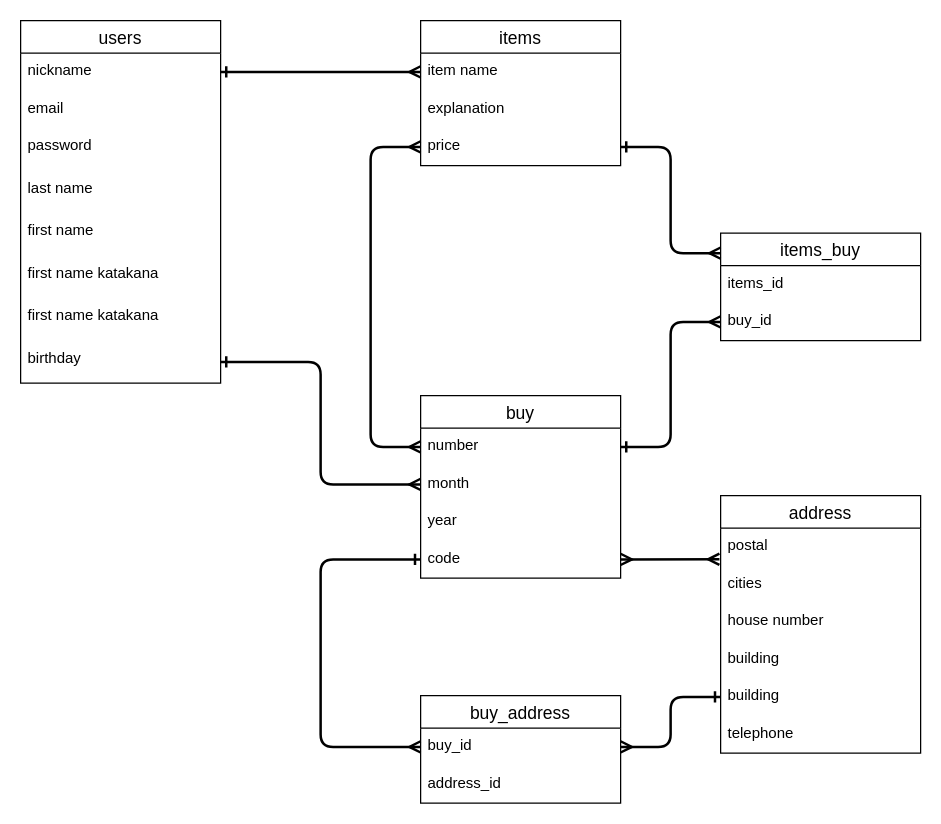
Earlier version of the draw.io diagram furima.dio (ohirune41/furima-37976). Source tidied: cells renumbered, new cells numbered last; positions are measured from the earlier drawing's top-left corner, leaving out a move shared by most shapes. Both pictures are drawn from the tidied source at 125%, with x=0, y=0 at pixel (20, 20).
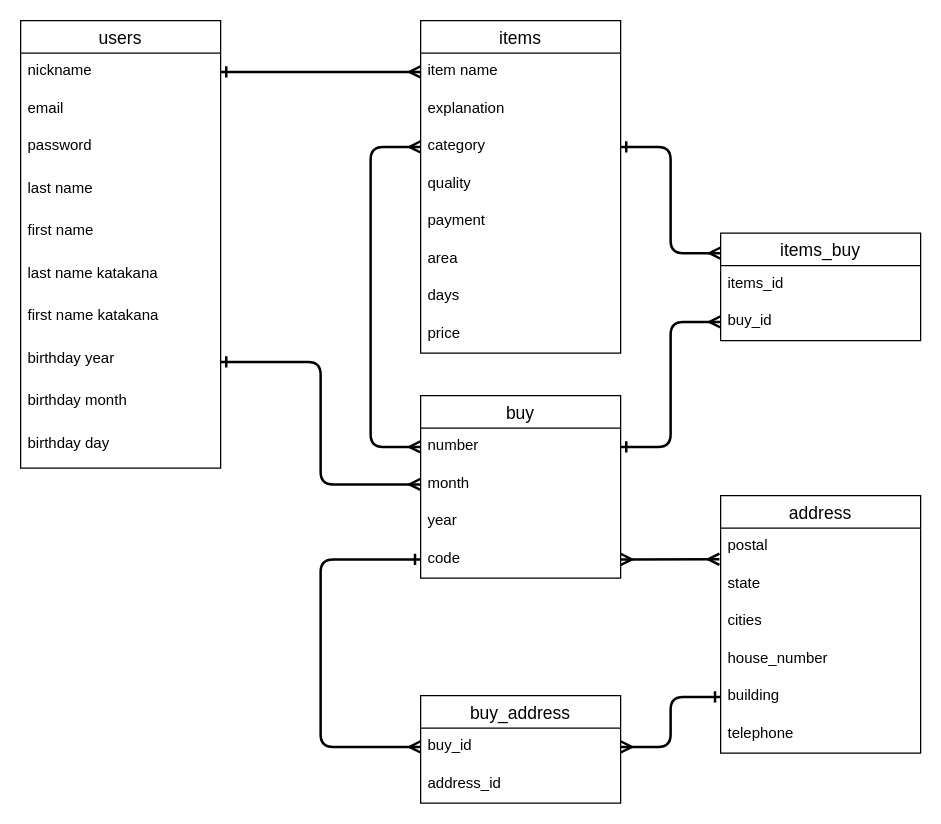
Above is the later version.

The change refers to these unchanged cells:
```xml
<mxCell id="17" value="number" style="text;strokeColor=none;fillColor=none;spacingLeft=4;spacingRight=4;overflow=hidden;points=[[0,0.5],[1,0.5]];portConstraint=eastwest;fontSize=12;" parent="16" vertex="1">
  <mxGeometry y="26" width="160" height="30" as="geometry" />
</mxCell>
<mxCell id="21" value="address" style="swimlane;fontStyle=0;horizontal=1;startSize=26;align=center;fontSize=14;" parent="1" vertex="1">
  <mxGeometry x="560" y="380" width="160" height="206" as="geometry" />
</mxCell>
```

Change to the diagram source:
```diff
@@
     <mxCell id="2" value="users" style="swimlane;fontStyle=0;horizontal=1;startSize=26;align=center;fontSize=14;" parent="1" vertex="1">
-      <mxGeometry width="160" height="290" as="geometry" />
+      <mxGeometry width="160" height="358" as="geometry" />
     </mxCell>
@@
-    <mxCell id="8" value="first name katakana" style="text;strokeColor=none;fillColor=none;spacingLeft=4;spacingRight=4;overflow=hidden;fontSize=12;" parent="2" vertex="1">
+    <mxCell id="8" value="last name katakana" style="text;strokeColor=none;fillColor=none;spacingLeft=4;spacingRight=4;overflow=hidden;fontSize=12;" parent="2" vertex="1">
       <mxGeometry y="188" width="160" height="34" as="geometry" />
     </mxCell>
@@
-    <mxCell id="10" value="birthday" style="text;strokeColor=none;fillColor=none;spacingLeft=4;spacingRight=4;overflow=hidden;points=[[0,0.5],[1,0.5]];portConstraint=eastwest;fontSize=12;" parent="2" vertex="1">
+    <mxCell id="10" value="birthday year" style="text;strokeColor=none;fillColor=none;spacingLeft=4;spacingRight=4;overflow=hidden;points=[[0,0.5],[1,0.5]];portConstraint=eastwest;fontSize=12;" parent="2" vertex="1">
       <mxGeometry y="256" width="160" height="34" as="geometry" />
     </mxCell>
+    <mxCell id="41" value="birthday month" style="text;strokeColor=none;fillColor=none;spacingLeft=4;spacingRight=4;overflow=hidden;fontSize=12;" parent="2" vertex="1">
+      <mxGeometry y="290" width="160" height="34" as="geometry" />
+    </mxCell>
+    <mxCell id="42" value="birthday day" style="text;strokeColor=none;fillColor=none;spacingLeft=4;spacingRight=4;overflow=hidden;fontSize=12;" parent="2" vertex="1">
+      <mxGeometry y="324" width="160" height="34" as="geometry" />
+    </mxCell>
     <mxCell id="11" value="items" style="swimlane;fontStyle=0;horizontal=1;startSize=26;align=center;fontSize=14;" parent="1" vertex="1">
-      <mxGeometry x="320" width="160" height="116" as="geometry" />
+      <mxGeometry x="320" width="160" height="266" as="geometry" />
     </mxCell>
@@
+    <mxCell id="43" value="category" style="text;strokeColor=none;fillColor=none;spacingLeft=4;spacingRight=4;overflow=hidden;fontSize=12;" parent="11" vertex="1">
+      <mxGeometry y="86" width="160" height="30" as="geometry" />
+    </mxCell>
+    <mxCell id="44" value="quality" style="text;strokeColor=none;fillColor=none;spacingLeft=4;spacingRight=4;overflow=hidden;fontSize=12;" parent="11" vertex="1">
+      <mxGeometry y="116" width="160" height="30" as="geometry" />
+    </mxCell>
+    <mxCell id="45" value="payment" style="text;strokeColor=none;fillColor=none;spacingLeft=4;spacingRight=4;overflow=hidden;fontSize=12;" parent="11" vertex="1">
+      <mxGeometry y="146" width="160" height="30" as="geometry" />
+    </mxCell>
+    <mxCell id="46" value="area" style="text;strokeColor=none;fillColor=none;spacingLeft=4;spacingRight=4;overflow=hidden;fontSize=12;" parent="11" vertex="1">
+      <mxGeometry y="176" width="160" height="30" as="geometry" />
+    </mxCell>
+    <mxCell id="47" value="days" style="text;strokeColor=none;fillColor=none;spacingLeft=4;spacingRight=4;overflow=hidden;fontSize=12;" parent="11" vertex="1">
+      <mxGeometry y="206" width="160" height="30" as="geometry" />
+    </mxCell>
     <mxCell id="14" value="price" style="text;strokeColor=none;fillColor=none;spacingLeft=4;spacingRight=4;overflow=hidden;points=[[0,0.5],[1,0.5]];portConstraint=eastwest;fontSize=12;" parent="11" vertex="1">
-      <mxGeometry y="86" width="160" height="30" as="geometry" />
+      <mxGeometry y="236" width="160" height="30" as="geometry" />
     </mxCell>
@@
-    <mxCell id="23" value="cities" style="text;strokeColor=none;fillColor=none;spacingLeft=4;spacingRight=4;overflow=hidden;fontSize=12;" parent="21" vertex="1">
+    <mxCell id="23" value="state" style="text;strokeColor=none;fillColor=none;spacingLeft=4;spacingRight=4;overflow=hidden;fontSize=12;" parent="21" vertex="1">
       <mxGeometry y="56" width="160" height="30" as="geometry" />
     </mxCell>
-    <mxCell id="24" value="house number" style="text;strokeColor=none;fillColor=none;spacingLeft=4;spacingRight=4;overflow=hidden;fontSize=12;" parent="21" vertex="1">
+    <mxCell id="24" value="cities" style="text;strokeColor=none;fillColor=none;spacingLeft=4;spacingRight=4;overflow=hidden;fontSize=12;" parent="21" vertex="1">
       <mxGeometry y="86" width="160" height="30" as="geometry" />
     </mxCell>
-    <mxCell id="25" value="building" style="text;strokeColor=none;fillColor=none;spacingLeft=4;spacingRight=4;overflow=hidden;fontSize=12;" parent="21" vertex="1">
+    <mxCell id="25" value="house_number" style="text;strokeColor=none;fillColor=none;spacingLeft=4;spacingRight=4;overflow=hidden;fontSize=12;" parent="21" vertex="1">
       <mxGeometry y="116" width="160" height="30" as="geometry" />
     </mxCell>
@@
-    <mxCell id="38" style="edgeStyle=elbowEdgeStyle;rounded=1;html=1;exitX=0;exitY=0.5;exitDx=0;exitDy=0;fontSize=11;startArrow=ERmany;startFill=0;endArrow=ERmany;endFill=0;sourcePerimeterSpacing=0;targetPerimeterSpacing=0;strokeColor=default;strokeWidth=2;entryX=0;entryY=0.5;entryDx=0;entryDy=0;" parent="1" edge="1" source="14" target="17">
+    <mxCell id="38" style="edgeStyle=elbowEdgeStyle;rounded=1;html=1;exitX=0;exitY=0.5;exitDx=0;exitDy=0;fontSize=11;startArrow=ERmany;startFill=0;endArrow=ERmany;endFill=0;sourcePerimeterSpacing=0;targetPerimeterSpacing=0;strokeColor=default;strokeWidth=2;entryX=0;entryY=0.5;entryDx=0;entryDy=0;" parent="1" edge="1" target="17">
       <mxGeometry relative="1" as="geometry">
+        <mxPoint x="320" y="101" as="sourcePoint" />
         <Array as="points">
           <mxPoint x="280" y="220" />
         </Array>
       </mxGeometry>
     </mxCell>
-    <mxCell id="39" style="edgeStyle=elbowEdgeStyle;rounded=1;html=1;exitX=1;exitY=0.5;exitDx=0;exitDy=0;fontSize=11;startArrow=ERone;startFill=0;endArrow=ERmany;endFill=0;sourcePerimeterSpacing=0;targetPerimeterSpacing=0;strokeColor=default;strokeWidth=2;" parent="1" edge="1" source="14">
+    <mxCell id="39" style="edgeStyle=elbowEdgeStyle;rounded=1;html=1;exitX=1;exitY=0.5;exitDx=0;exitDy=0;fontSize=11;startArrow=ERone;startFill=0;endArrow=ERmany;endFill=0;sourcePerimeterSpacing=0;targetPerimeterSpacing=0;strokeColor=default;strokeWidth=2;" parent="1" edge="1">
       <mxGeometry relative="1" as="geometry">
+        <mxPoint x="480" y="101" as="sourcePoint" />
         <mxPoint x="560" y="186" as="targetPoint" />
       </mxGeometry>
     </mxCell>
```
